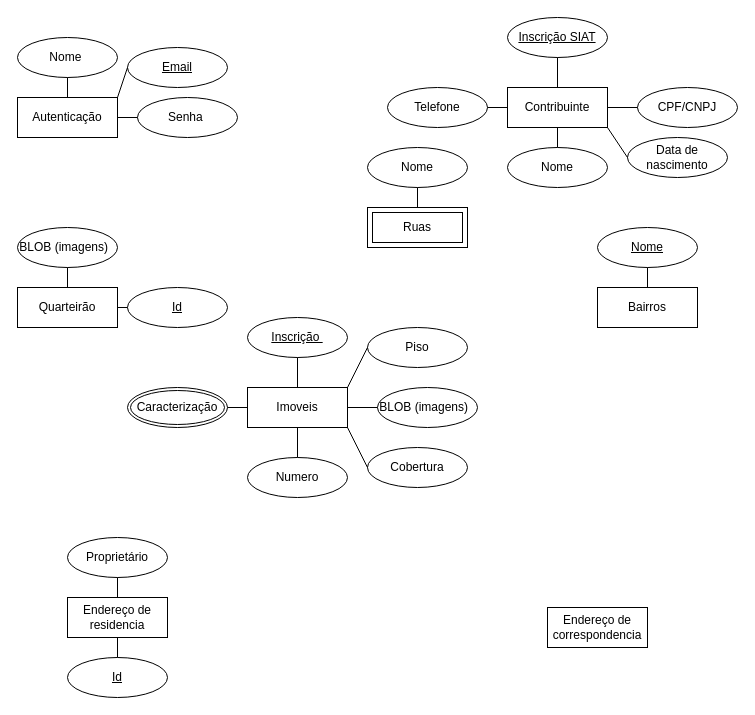
FloraRosaPupo/App-cadastro-imobiliario keeps this draw.io diagram as ER.drawio. Above is the earlier version. Source tidied: cells renumbered, new cells numbered last; positions are measured from the earlier drawing's top-left corner, leaving out a move shared by most shapes. Both pictures are drawn from the tidied source at 100%, with x=0, y=0 at pixel (17, 17).
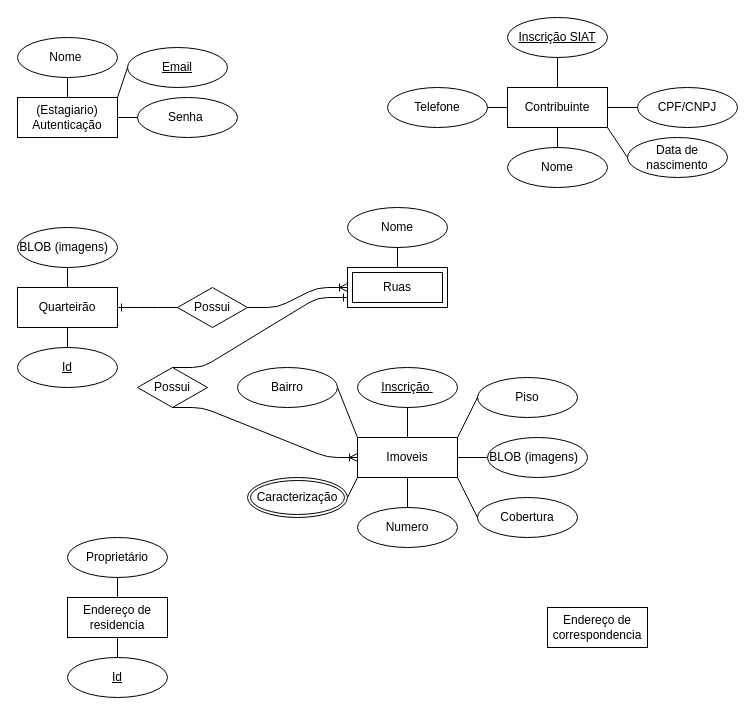
Above is the later version.

The change refers to these unchanged cells:
```xml
<mxCell id="15" value="Quarteirão" style="whiteSpace=wrap;html=1;align=center;" parent="1" vertex="1">
  <mxGeometry y="270" width="100" height="40" as="geometry" />
</mxCell>
```

The edit, as a diff of the source:
```diff
@@
     <mxCell id="10" value="Id" style="ellipse;whiteSpace=wrap;html=1;align=center;fontStyle=4;" parent="1" vertex="1">
-      <mxGeometry x="110" y="270" width="100" height="40" as="geometry" />
+      <mxGeometry y="330" width="100" height="40" as="geometry" />
     </mxCell>
-    <mxCell id="11" style="endArrow=none;html=1;rounded=0;entryX=0;entryY=0.5;entryDx=0;entryDy=0;exitX=1;exitY=0.5;exitDx=0;exitDy=0;" parent="1" edge="1" source="15" target="10">
+    <mxCell id="11" style="endArrow=none;html=1;rounded=0;exitX=0.5;exitY=1;exitDx=0;exitDy=0;entryX=0.5;entryY=0;entryDx=0;entryDy=0;" parent="1" edge="1" source="15" target="10">
       <mxGeometry relative="1" as="geometry" />
     </mxCell>
     <mxCell id="12" value="Nome" style="ellipse;whiteSpace=wrap;html=1;align=center;" parent="1" vertex="1">
-      <mxGeometry x="350" y="130" width="100" height="40" as="geometry" />
+      <mxGeometry x="330" y="190" width="100" height="40" as="geometry" />
     </mxCell>
@@
     <mxCell id="14" value="Ruas" style="shape=ext;margin=3;double=1;whiteSpace=wrap;html=1;align=center;" parent="1" vertex="1">
-      <mxGeometry x="350" y="190" width="100" height="40" as="geometry" />
+      <mxGeometry x="330" y="250" width="100" height="40" as="geometry" />
     </mxCell>
@@
-    <mxCell id="16" value="Autenticação" style="whiteSpace=wrap;html=1;align=center;" parent="1" vertex="1">
+    <mxCell id="16" value="(Estagiario)&lt;br&gt;Autenticação" style="whiteSpace=wrap;html=1;align=center;" parent="1" vertex="1">
       <mxGeometry y="80" width="100" height="40" as="geometry" />
     </mxCell>
     <mxCell id="17" value="Imoveis" style="whiteSpace=wrap;html=1;align=center;" parent="1" vertex="1">
-      <mxGeometry x="230" y="370" width="100" height="40" as="geometry" />
+      <mxGeometry x="340" y="420" width="100" height="40" as="geometry" />
     </mxCell>
@@
-    <mxCell id="21" value="Bairros" style="whiteSpace=wrap;html=1;align=center;" parent="1" vertex="1">
-      <mxGeometry x="580" y="270" width="100" height="40" as="geometry" />
-    </mxCell>
-    <mxCell id="22" value="Nome" style="ellipse;whiteSpace=wrap;html=1;align=center;fontStyle=4;" parent="1" vertex="1">
-      <mxGeometry x="580" y="210" width="100" height="40" as="geometry" />
-    </mxCell>
-    <mxCell id="23" style="endArrow=none;html=1;rounded=0;entryX=0.5;entryY=1;entryDx=0;entryDy=0;exitX=0.5;exitY=0;exitDx=0;exitDy=0;" parent="1" edge="1" source="21" target="22">
-      <mxGeometry relative="1" as="geometry" />
-    </mxCell>
@@
     <mxCell id="34" value="Inscrição&amp;nbsp;" style="ellipse;whiteSpace=wrap;html=1;align=center;fontStyle=4;" parent="1" vertex="1">
-      <mxGeometry x="230" y="300" width="100" height="40" as="geometry" />
+      <mxGeometry x="340" y="350" width="100" height="40" as="geometry" />
     </mxCell>
@@
     <mxCell id="36" value="BLOB (imagens)&amp;nbsp;&amp;nbsp;" style="ellipse;whiteSpace=wrap;html=1;align=center;" parent="1" vertex="1">
-      <mxGeometry x="360" y="370" width="100" height="40" as="geometry" />
+      <mxGeometry x="470" y="420" width="100" height="40" as="geometry" />
     </mxCell>
@@
     <mxCell id="38" value="Piso" style="ellipse;whiteSpace=wrap;html=1;align=center;" parent="1" vertex="1">
-      <mxGeometry x="350" y="310" width="100" height="40" as="geometry" />
+      <mxGeometry x="460" y="360" width="100" height="40" as="geometry" />
     </mxCell>
     <mxCell id="39" value="Cobertura" style="ellipse;whiteSpace=wrap;html=1;align=center;" parent="1" vertex="1">
-      <mxGeometry x="350" y="430" width="100" height="40" as="geometry" />
+      <mxGeometry x="460" y="480" width="100" height="40" as="geometry" />
     </mxCell>
@@
     <mxCell id="42" value="Numero" style="ellipse;whiteSpace=wrap;html=1;align=center;" parent="1" vertex="1">
-      <mxGeometry x="230" y="440" width="100" height="40" as="geometry" />
+      <mxGeometry x="340" y="490" width="100" height="40" as="geometry" />
     </mxCell>
@@
     <mxCell id="44" value="Caracterização" style="ellipse;shape=doubleEllipse;margin=3;whiteSpace=wrap;html=1;align=center;" parent="1" vertex="1">
-      <mxGeometry x="110" y="370" width="100" height="40" as="geometry" />
+      <mxGeometry x="230" y="460" width="100" height="40" as="geometry" />
     </mxCell>
-    <mxCell id="45" style="endArrow=none;html=1;rounded=0;entryX=1;entryY=0.5;entryDx=0;entryDy=0;exitX=0;exitY=0.5;exitDx=0;exitDy=0;" parent="1" edge="1" source="17" target="44">
+    <mxCell id="45" style="endArrow=none;html=1;rounded=0;entryX=1;entryY=0.5;entryDx=0;entryDy=0;exitX=0;exitY=1;exitDx=0;exitDy=0;" parent="1" edge="1" source="17" target="44">
       <mxGeometry relative="1" as="geometry" />
     </mxCell>
@@
+    <mxCell id="50" value="Possui" style="shape=rhombus;perimeter=rhombusPerimeter;whiteSpace=wrap;html=1;align=center;" parent="1" vertex="1">
+      <mxGeometry x="160" y="270" width="70" height="40" as="geometry" />
+    </mxCell>
+    <mxCell id="51" style="edgeStyle=entityRelationEdgeStyle;fontSize=12;html=1;endArrow=ERone;endFill=1;exitX=0;exitY=0.5;exitDx=0;exitDy=0;entryX=1;entryY=0.5;entryDx=0;entryDy=0;" parent="1" edge="1" source="50" target="15">
+      <mxGeometry relative="1" as="geometry" />
+    </mxCell>
+    <mxCell id="52" style="edgeStyle=entityRelationEdgeStyle;fontSize=12;html=1;endArrow=ERoneToMany;exitX=1;exitY=0.5;exitDx=0;exitDy=0;entryX=0;entryY=0.5;entryDx=0;entryDy=0;" parent="1" edge="1" source="50" target="14">
+      <mxGeometry relative="1" as="geometry" />
+    </mxCell>
+    <mxCell id="53" value="Possui" style="shape=rhombus;perimeter=rhombusPerimeter;whiteSpace=wrap;html=1;align=center;" parent="1" vertex="1">
+      <mxGeometry x="120" y="350" width="70" height="40" as="geometry" />
+    </mxCell>
+    <mxCell id="54" style="edgeStyle=entityRelationEdgeStyle;fontSize=12;html=1;endArrow=ERoneToMany;exitX=0.5;exitY=1;exitDx=0;exitDy=0;entryX=0;entryY=0.5;entryDx=0;entryDy=0;" parent="1" edge="1" source="53" target="17">
+      <mxGeometry relative="1" as="geometry" />
+    </mxCell>
+    <mxCell id="55" style="edgeStyle=entityRelationEdgeStyle;fontSize=12;html=1;endArrow=ERone;endFill=1;exitX=0.5;exitY=0;exitDx=0;exitDy=0;entryX=0;entryY=0.75;entryDx=0;entryDy=0;" parent="1" edge="1" source="53" target="14">
+      <mxGeometry relative="1" as="geometry" />
+    </mxCell>
+    <mxCell id="56" style="endArrow=none;html=1;rounded=0;exitX=0;exitY=0;exitDx=0;exitDy=0;entryX=1;entryY=0.5;entryDx=0;entryDy=0;" parent="1" edge="1" source="17" target="57">
+      <mxGeometry relative="1" as="geometry" />
+    </mxCell>
+    <mxCell id="57" value="Bairro" style="ellipse;whiteSpace=wrap;html=1;align=center;" parent="1" vertex="1">
+      <mxGeometry x="220" y="350" width="100" height="40" as="geometry" />
+    </mxCell>
```
